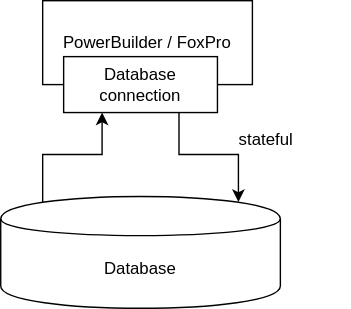
Earlier version of the draw.io export README/2-tier.drawio.svg (mulcloud/state-management-demo). Source tidied: cells renumbered, new cells last; positions are measured from the earlier drawing's top-left corner, leaving out a move shared by most shapes.
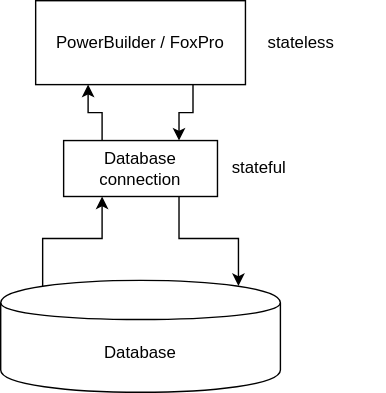
After the commit.

The edit, as a diff of the source:
```diff
@@ -6,19 +6,28 @@
       <mxGeometry relative="1" as="geometry" />
     </mxCell>
     <mxCell id="3" value="Database" style="shape=cylinder;whiteSpace=wrap;html=1;boundedLbl=1;backgroundOutline=1;" parent="1" vertex="1">
-      <mxGeometry y="140" width="200" height="80" as="geometry" />
+      <mxGeometry x="5" y="200" width="200" height="80" as="geometry" />
     </mxCell>
+    <mxCell id="8" style="edgeStyle=orthogonalEdgeStyle;rounded=0;jettySize=auto;html=1;exitX=0.75;exitY=1;exitDx=0;exitDy=0;entryX=0.75;entryY=0;entryDx=0;entryDy=0;" parent="1" edge="1" source="4" target="7">
+      <mxGeometry relative="1" as="geometry" />
+    </mxCell>
     <mxCell id="4" value="PowerBuilder / FoxPro" style="rounded=0;whiteSpace=wrap;html=1;" parent="1" vertex="1">
       <mxGeometry x="30" width="150" height="60" as="geometry" />
     </mxCell>
     <mxCell id="5" value="stateful" style="text;html=1;strokeColor=none;fillColor=none;align=center;verticalAlign=middle;whiteSpace=wrap;rounded=0;" parent="1" vertex="1">
-      <mxGeometry x="130" y="90" width="120" height="20" as="geometry" />
+      <mxGeometry x="130" y="110" width="120" height="20" as="geometry" />
     </mxCell>
     <mxCell id="6" style="edgeStyle=orthogonalEdgeStyle;rounded=0;jettySize=auto;html=1;exitX=0.75;exitY=1;exitDx=0;exitDy=0;entryX=0.85;entryY=0.05;entryDx=0;entryDy=0;entryPerimeter=0;" parent="1" edge="1" source="7" target="3">
       <mxGeometry relative="1" as="geometry" />
     </mxCell>
+    <mxCell id="9" style="edgeStyle=orthogonalEdgeStyle;rounded=0;jettySize=auto;html=1;exitX=0.25;exitY=0;exitDx=0;exitDy=0;entryX=0.25;entryY=1;entryDx=0;entryDy=0;" parent="1" edge="1" source="7" target="4">
+      <mxGeometry relative="1" as="geometry" />
+    </mxCell>
     <mxCell id="7" value="Database&lt;br&gt;connection" style="rounded=0;whiteSpace=wrap;html=1;" parent="1" vertex="1">
-      <mxGeometry x="45" y="40" width="110" height="40" as="geometry" />
+      <mxGeometry x="50" y="100" width="110" height="40" as="geometry" />
     </mxCell>
+    <mxCell id="10" value="stateless" style="text;html=1;strokeColor=none;fillColor=none;align=center;verticalAlign=middle;whiteSpace=wrap;rounded=0;" parent="1" vertex="1">
+      <mxGeometry x="160" y="20" width="120" height="20" as="geometry" />
+    </mxCell>
   </root>
 </mxGraphModel>
```
